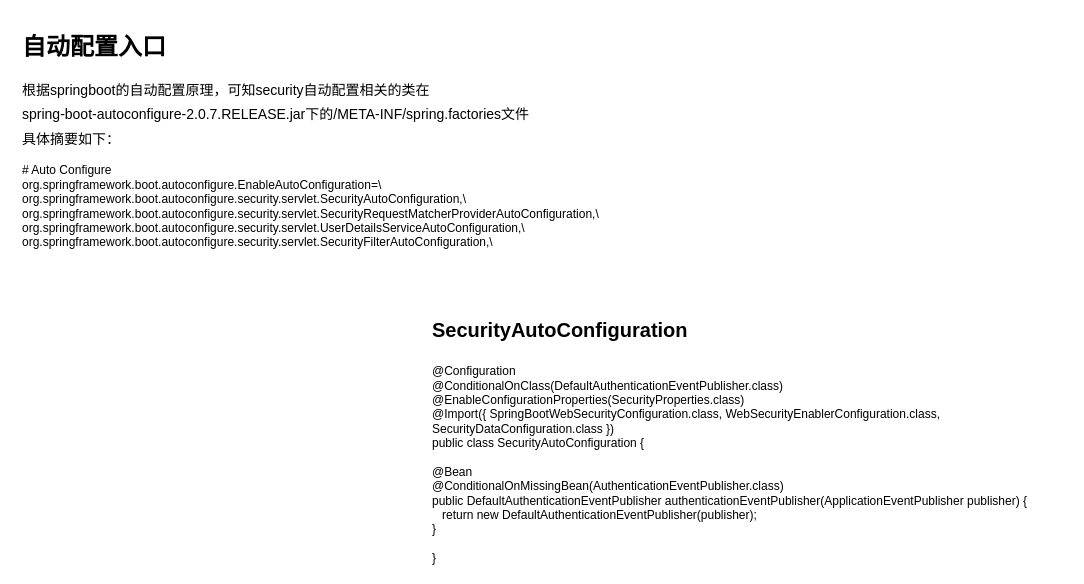
Above: springboot-security.drawio in quanqiang-li/draw (draw.io), before the change. Source tidied: cells renumbered, new cells numbered last; positions are measured from the earlier drawing's top-left corner, leaving out a move shared by most shapes. Both pictures are drawn from the tidied source at 100%, with x=0, y=0 at pixel (17, 27).
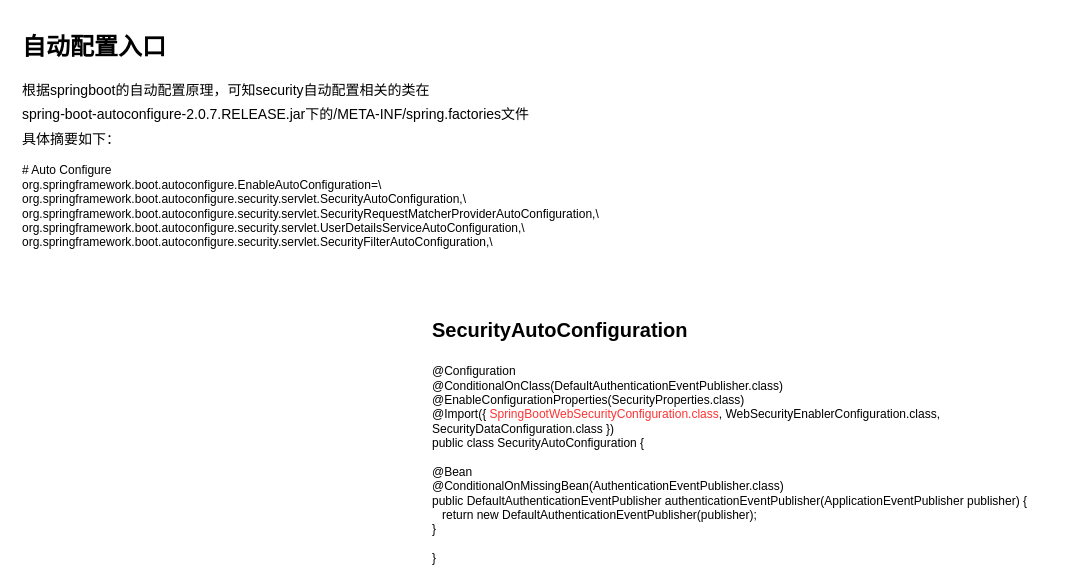
The same page after the edit.

Change to the diagram source:
```diff
@@
 <mxGraphModel>
   <root>
     <mxCell id="0" />
     <mxCell id="1" parent="0" />
     <mxCell id="2" value="&lt;h1&gt;自动配置入口&lt;/h1&gt;&lt;div style=&quot;white-space: pre-wrap ; line-height: 1.75 ; font-size: 14px&quot;&gt;根据springboot的自动配置原理，可知security自动配置相关的类在&lt;/div&gt;&lt;div style=&quot;white-space: pre-wrap ; line-height: 1.75 ; font-size: 14px&quot;&gt;spring-boot-autoconfigure-2.0.7.RELEASE.jar下的/META-INF/spring.factories文件&lt;/div&gt;&lt;div style=&quot;white-space: pre-wrap ; line-height: 1.75 ; font-size: 14px&quot;&gt;具体摘要如下：&lt;/div&gt;&lt;p&gt;# Auto Configure&lt;br&gt;org.springframework.boot.autoconfigure.EnableAutoConfiguration=\&lt;br&gt;org.springframework.boot.autoconfigure.security.servlet.SecurityAutoConfiguration,\&lt;br&gt;org.springframework.boot.autoconfigure.security.servlet.SecurityRequestMatcherProviderAutoConfiguration,\&lt;br&gt;org.springframework.boot.autoconfigure.security.servlet.UserDetailsServiceAutoConfiguration,\&lt;br&gt;org.springframework.boot.autoconfigure.security.servlet.SecurityFilterAutoConfiguration,\&lt;br&gt;&lt;/p&gt;" style="text;html=1;strokeColor=none;fillColor=none;spacing=5;spacingTop=-20;whiteSpace=wrap;overflow=hidden;rounded=0;align=left;" parent="1" vertex="1">
       <mxGeometry width="610" height="240" as="geometry" />
     </mxCell>
-    <mxCell id="3" value="&lt;h1&gt;&lt;div id=&quot;1073-1565658174867&quot; style=&quot;white-space: pre-wrap ; line-height: 1.75 ; font-size: 14px&quot;&gt;&lt;span style=&quot;font-size: 20px&quot;&gt;SecurityAutoConfiguration&lt;/span&gt;&lt;/div&gt;&lt;/h1&gt;&lt;p&gt;@Configuration&lt;br&gt;@ConditionalOnClass(DefaultAuthenticationEventPublisher.class)&lt;br&gt;@EnableConfigurationProperties(SecurityProperties.class)&lt;br&gt;@Import({ SpringBootWebSecurityConfiguration.class, WebSecurityEnablerConfiguration.class,&lt;br&gt;&#9;&#9;SecurityDataConfiguration.class })&lt;br&gt;public class SecurityAutoConfiguration {&lt;br&gt;&lt;br&gt;&#9;@Bean&lt;br&gt;&#9;@ConditionalOnMissingBean(AuthenticationEventPublisher.class)&lt;br&gt;&#9;public DefaultAuthenticationEventPublisher authenticationEventPublisher(ApplicationEventPublisher publisher) {&lt;br&gt;&amp;nbsp; &amp;nbsp;return new DefaultAuthenticationEventPublisher(publisher);&lt;br&gt;&#9;}&lt;br&gt;&lt;br&gt;}&lt;br&gt;&lt;/p&gt;" style="text;html=1;strokeColor=none;fillColor=none;spacing=5;spacingTop=-20;whiteSpace=wrap;overflow=hidden;rounded=0;align=left;" parent="1" vertex="1">
+    <mxCell id="3" value="&lt;h1&gt;&lt;div id=&quot;1073-1565658174867&quot; style=&quot;white-space: pre-wrap ; line-height: 1.75 ; font-size: 14px&quot;&gt;&lt;span style=&quot;font-size: 20px&quot;&gt;SecurityAutoConfiguration&lt;/span&gt;&lt;/div&gt;&lt;/h1&gt;&lt;p&gt;@Configuration&lt;br&gt;@ConditionalOnClass(DefaultAuthenticationEventPublisher.class)&lt;br&gt;@EnableConfigurationProperties(SecurityProperties.class)&lt;br&gt;@Import({ &lt;font color=&quot;#ff3333&quot;&gt;SpringBootWebSecurityConfiguration.class&lt;/font&gt;, WebSecurityEnablerConfiguration.class,&lt;br&gt;&#9;&#9;SecurityDataConfiguration.class })&lt;br&gt;public class SecurityAutoConfiguration {&lt;br&gt;&lt;br&gt;&#9;@Bean&lt;br&gt;&#9;@ConditionalOnMissingBean(AuthenticationEventPublisher.class)&lt;br&gt;&#9;public DefaultAuthenticationEventPublisher authenticationEventPublisher(ApplicationEventPublisher publisher) {&lt;br&gt;&amp;nbsp; &amp;nbsp;return new DefaultAuthenticationEventPublisher(publisher);&lt;br&gt;&#9;}&lt;br&gt;&lt;br&gt;}&lt;br&gt;&lt;/p&gt;" style="text;html=1;strokeColor=none;fillColor=none;spacing=5;spacingTop=-20;whiteSpace=wrap;overflow=hidden;rounded=0;align=left;" parent="1" vertex="1">
       <mxGeometry x="410" y="280" width="640" height="260" as="geometry" />
     </mxCell>
   </root>
 </mxGraphModel>
```
